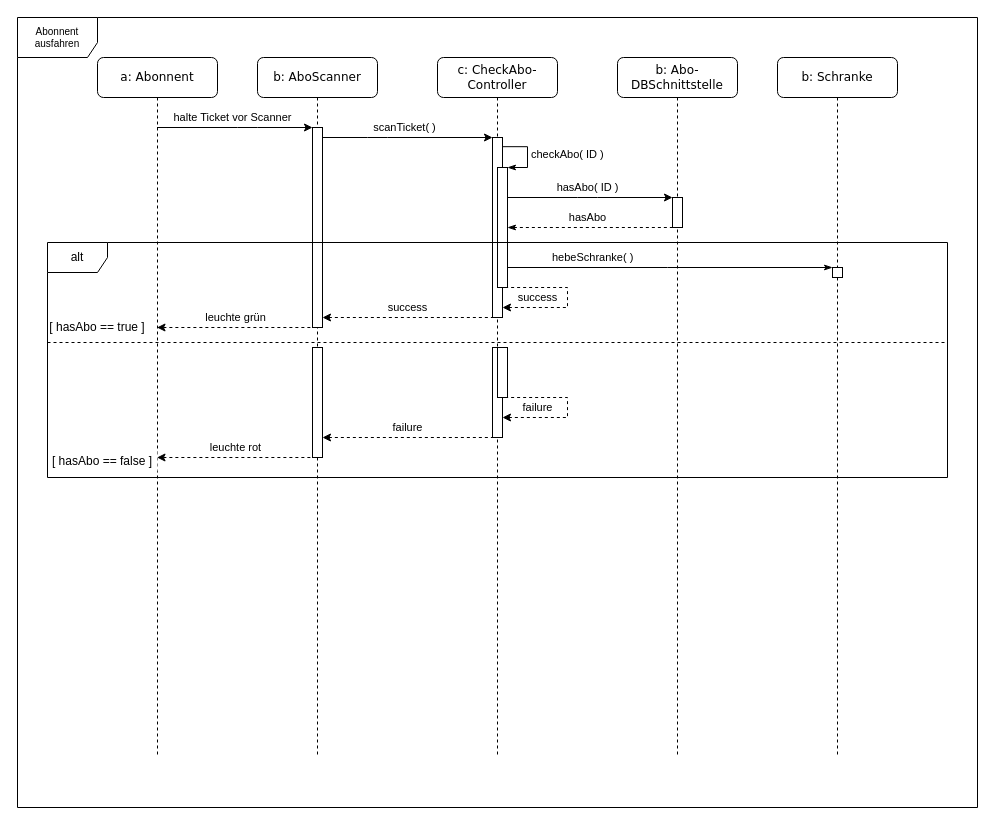
The draw.io diagram f(u)ml/Sequence_Diagrams/LaHMa-Abonnent_ausfahren-sequence_diagram.drawio in Filsball/LaHMa_Carpark, before the edit. Source tidied: cells renumbered, new cells numbered last; positions are measured from the earlier drawing's top-left corner, leaving out a move shared by most shapes. Both pictures are drawn from the tidied source at 100%, with x=0, y=0 at pixel (17, 17).
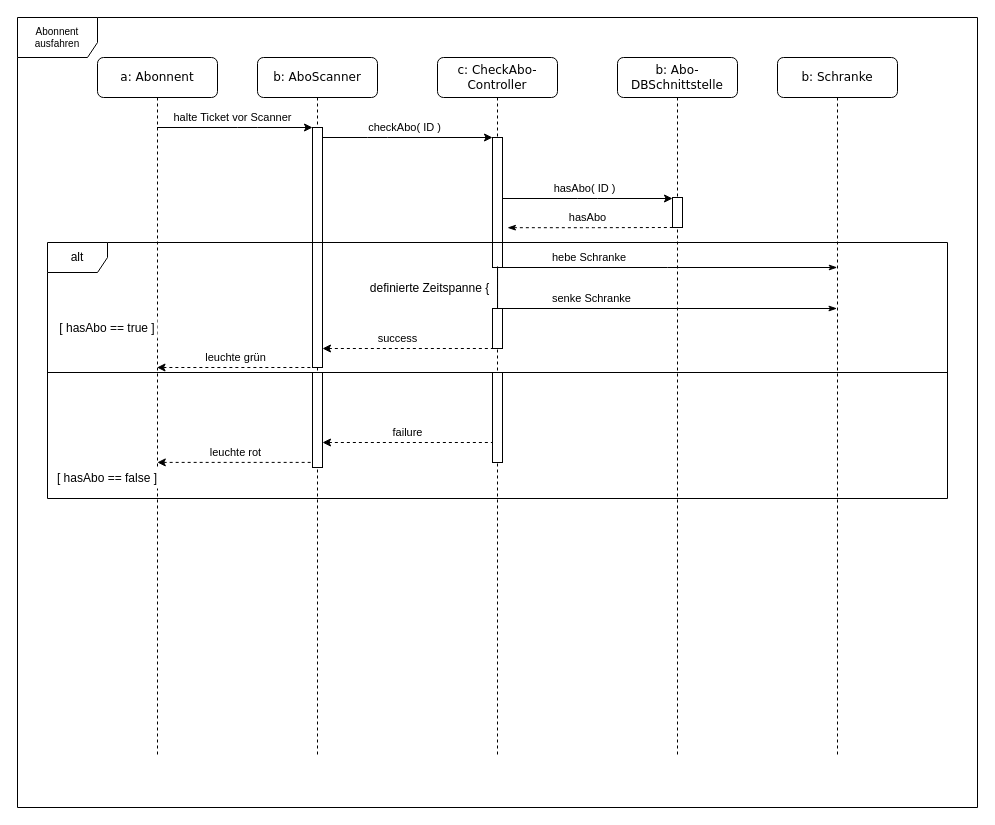
The same page after the edit.

Unchanged cells that the change refers to:
```xml
<mxCell id="4" style="html=1;points=[];perimeter=orthogonalPerimeter;rounded=1;shadow=0;glass=0;comic=0;strokeColor=#000000;strokeWidth=1;arcSize=0;" parent="3" vertex="1">
  <mxGeometry x="55" y="140" width="10" height="30" as="geometry" />
</mxCell>
<mxCell id="5" value="b: AboScanner" style="shape=umlLifeline;perimeter=lifelinePerimeter;whiteSpace=wrap;html=1;rounded=1;shadow=0;comic=0;labelBackgroundColor=none;strokeColor=#000000;strokeWidth=1;fillColor=#FFFFFF;fontFamily=Verdana;fontSize=12;fontColor=#000000;align=center;size=40;" parent="1" vertex="1">
  <mxGeometry x="240" y="40" width="120" height="700" as="geometry" />
</mxCell>
<mxCell id="8" value="c: CheckAbo-Controller&lt;br&gt;" style="shape=umlLifeline;perimeter=lifelinePerimeter;whiteSpace=wrap;html=1;rounded=1;shadow=0;comic=0;labelBackgroundColor=none;strokeColor=#000000;strokeWidth=1;fillColor=#FFFFFF;fontFamily=Verdana;fontSize=12;fontColor=#000000;align=center;size=40;" parent="1" vertex="1">
  <mxGeometry x="420" y="40" width="120" height="700" as="geometry" />
</mxCell>
<mxCell id="14" value="b: Schranke&lt;br&gt;" style="shape=umlLifeline;perimeter=lifelinePerimeter;whiteSpace=wrap;html=1;outlineConnect=0;rounded=1;shadow=0;comic=0;labelBackgroundColor=none;strokeColor=#000000;strokeWidth=1;fillColor=#FFFFFF;fontFamily=Verdana;fontSize=12;fontColor=#000000;align=center;size=40;" parent="1" vertex="1">
  <mxGeometry x="760" y="40" width="120" height="700" as="geometry" />
</mxCell>
<mxCell id="16" value="a: Abonnent" style="shape=umlLifeline;perimeter=lifelinePerimeter;whiteSpace=wrap;html=1;outlineConnect=0;rounded=1;shadow=0;comic=0;labelBackgroundColor=none;strokeColor=#000000;strokeWidth=1;fillColor=#FFFFFF;fontFamily=Verdana;fontSize=12;fontColor=#000000;align=center;size=40;" parent="1" vertex="1">
  <mxGeometry x="80" y="40" width="120" height="700" as="geometry" />
</mxCell>
```

The edit, as a diff of the source:
```diff
@@
-    <mxCell id="2" value="Abonnent ausfahren" style="shape=umlFrame;whiteSpace=wrap;html=1;fontSize=10;width=80;height=40;" parent="1" vertex="1">
+    <mxCell id="2" value="Abonnent ausfahren&lt;br&gt;" style="shape=umlFrame;whiteSpace=wrap;html=1;fontSize=10;width=80;height=40;" parent="1" vertex="1">
       <mxGeometry width="960" height="790" as="geometry" />
     </mxCell>
+    <mxCell id="27" value="failure" style="endArrow=none;html=1;edgeStyle=orthogonalEdgeStyle;startArrow=classic;startFill=1;endFill=0;rounded=0;dashed=1;" parent="1" edge="1" source="7" target="13">
+      <mxGeometry y="10" relative="1" as="geometry">
+        <Array as="points">
+          <mxPoint x="400" y="425" />
+          <mxPoint x="400" y="425" />
+        </Array>
+      </mxGeometry>
+    </mxCell>
-    <mxCell id="3" value="b: Abo-DBSchnittstelle&lt;br&gt;" style="shape=umlLifeline;perimeter=lifelinePerimeter;whiteSpace=wrap;html=1;rounded=1;shadow=0;comic=0;labelBackgroundColor=none;strokeColor=#000000;strokeWidth=1;fillColor=#FFFFFF;fontFamily=Verdana;fontSize=12;fontColor=#000000;align=center;perimeterSpacing=0;glass=0;size=40;overflow=visible;noLabel=0;labelPadding=0;direction=east;fixDash=0;" parent="1" vertex="1">
+    <mxCell id="3" value="b: Abo-DBSchnittstelle" style="shape=umlLifeline;perimeter=lifelinePerimeter;whiteSpace=wrap;html=1;rounded=1;shadow=0;comic=0;labelBackgroundColor=none;strokeColor=#000000;strokeWidth=1;fillColor=#FFFFFF;fontFamily=Verdana;fontSize=12;fontColor=#000000;align=center;perimeterSpacing=0;glass=0;size=40;overflow=visible;noLabel=0;labelPadding=0;direction=east;fixDash=0;" parent="1" vertex="1">
       <mxGeometry x="600" y="40" width="120" height="700" as="geometry" />
     </mxCell>
@@
     <mxCell id="6" style="html=1;points=[];perimeter=orthogonalPerimeter;rounded=1;shadow=0;glass=0;comic=0;strokeColor=#000000;strokeWidth=1;arcSize=0;" parent="5" vertex="1">
-      <mxGeometry x="55" y="70" width="10" height="200" as="geometry" />
+      <mxGeometry x="55" y="70" width="10" height="240" as="geometry" />
     </mxCell>
     <mxCell id="7" style="html=1;points=[];perimeter=orthogonalPerimeter;rounded=1;shadow=0;glass=0;comic=0;strokeColor=#000000;strokeWidth=1;arcSize=0;" parent="5" vertex="1">
-      <mxGeometry x="55" y="290" width="10" height="110" as="geometry" />
+      <mxGeometry x="55" y="315" width="10" height="95" as="geometry" />
     </mxCell>
@@
     <mxCell id="9" style="html=1;points=[];perimeter=orthogonalPerimeter;rounded=1;shadow=0;glass=0;comic=0;strokeColor=#000000;strokeWidth=1;arcSize=0;" parent="8" vertex="1">
-      <mxGeometry x="55" y="80" width="10" height="180" as="geometry" />
+      <mxGeometry x="55" y="80" width="10" height="130" as="geometry" />
     </mxCell>
-    <mxCell id="10" style="html=1;points=[];perimeter=orthogonalPerimeter;rounded=1;shadow=0;glass=0;comic=0;strokeColor=#000000;strokeWidth=1;arcSize=0;" parent="8" vertex="1">
-      <mxGeometry x="60" y="110" width="10" height="120" as="geometry" />
-    </mxCell>
-    <mxCell id="11" value="checkAbo( ID )" style="edgeStyle=orthogonalEdgeStyle;html=1;align=left;spacingLeft=2;endArrow=classicThin;rounded=0;entryX=1;entryY=0;exitX=0.999;exitY=0.051;exitDx=0;exitDy=0;exitPerimeter=0;endFill=1;" parent="8" edge="1" source="9" target="10">
-      <mxGeometry relative="1" as="geometry">
-        <Array as="points">
-          <mxPoint x="90" y="89" />
-          <mxPoint x="90" y="110" />
-        </Array>
-      </mxGeometry>
-    </mxCell>
-    <mxCell id="12" value="success" style="endArrow=none;html=1;edgeStyle=orthogonalEdgeStyle;startArrow=classic;startFill=1;endFill=0;rounded=0;dashed=1;" parent="8" edge="1" source="9" target="10">
-      <mxGeometry x="0.04" y="30" relative="1" as="geometry">
-        <Array as="points">
-          <mxPoint x="130" y="250" />
-          <mxPoint x="130" y="230" />
-        </Array>
-      </mxGeometry>
-    </mxCell>
     <mxCell id="13" style="html=1;points=[];perimeter=orthogonalPerimeter;rounded=1;shadow=0;glass=0;comic=0;strokeColor=#000000;strokeWidth=1;arcSize=0;" parent="8" vertex="1">
-      <mxGeometry x="55" y="290" width="10" height="90" as="geometry" />
+      <mxGeometry x="55" y="315" width="10" height="90" as="geometry" />
     </mxCell>
@@
-    <mxCell id="15" style="html=1;points=[];perimeter=orthogonalPerimeter;rounded=1;shadow=0;glass=0;comic=0;strokeColor=#000000;strokeWidth=1;arcSize=0;" parent="14" vertex="1">
-      <mxGeometry x="55" y="210" width="10" height="10" as="geometry" />
-    </mxCell>
@@
-    <mxCell id="18" value="scanTicket( )" style="endArrow=classic;html=1;edgeStyle=orthogonalEdgeStyle;" parent="1" edge="1" source="6" target="9">
+    <mxCell id="18" value="checkAbo( ID )" style="endArrow=classic;html=1;edgeStyle=orthogonalEdgeStyle;" parent="1" edge="1" source="6" target="9">
       <mxGeometry x="-0.03" y="10" relative="1" as="geometry">
         <Array as="points">
           <mxPoint x="360" y="120" />
           <mxPoint x="360" y="120" />
         </Array>
       </mxGeometry>
     </mxCell>
-    <mxCell id="19" value="hasAbo( ID )" style="endArrow=classic;html=1;edgeStyle=orthogonalEdgeStyle;" parent="1" edge="1" source="10" target="4">
+    <mxCell id="19" value="hasAbo( ID )" style="endArrow=classic;html=1;edgeStyle=orthogonalEdgeStyle;" parent="1" edge="1" source="9" target="4">
       <mxGeometry x="-0.03" y="10" relative="1" as="geometry">
         <Array as="points">
-          <mxPoint x="570" y="180" />
-          <mxPoint x="570" y="180" />
+          <mxPoint x="570" y="181" />
+          <mxPoint x="570" y="181" />
         </Array>
       </mxGeometry>
     </mxCell>
-    <mxCell id="20" value="hasAbo&lt;br&gt;" style="endArrow=none;html=1;edgeStyle=orthogonalEdgeStyle;startArrow=classicThin;startFill=1;dashed=1;endFill=0;" parent="1" edge="1" source="10" target="4">
+    <mxCell id="20" value="hasAbo&lt;br&gt;" style="endArrow=none;html=1;edgeStyle=orthogonalEdgeStyle;startArrow=classicThin;startFill=1;dashed=1;endFill=0;" parent="1" edge="1" target="4">
       <mxGeometry x="-0.03" y="10" relative="1" as="geometry">
+        <mxPoint x="490" y="210.2" as="sourcePoint" />
         <Array as="points">
           <mxPoint x="570" y="210" />
           <mxPoint x="570" y="210" />
         </Array>
       </mxGeometry>
     </mxCell>
-    <mxCell id="21" style="line;strokeWidth=1;fillColor=none;align=left;verticalAlign=middle;spacingTop=-1;spacingLeft=3;spacingRight=3;labelPosition=right;rounded=1;shadow=0;glass=0;comic=0;dashed=1;" parent="1" vertex="1">
-      <mxGeometry x="30" y="320" width="900" height="10" as="geometry" />
+    <mxCell id="21" style="line;strokeWidth=1;fillColor=none;align=left;verticalAlign=middle;spacingTop=-1;spacingLeft=3;spacingRight=3;labelPosition=right;rounded=1;shadow=0;glass=0;comic=0;" parent="1" vertex="1">
+      <mxGeometry x="30" y="350" width="900" height="10" as="geometry" />
     </mxCell>
-    <mxCell id="22" value="hebeSchranke( )" style="edgeStyle=orthogonalEdgeStyle;html=1;align=left;spacingLeft=2;endArrow=classicThin;rounded=0;endFill=1;" parent="1" edge="1" source="10" target="15">
+    <mxCell id="22" value="hebe Schranke" style="edgeStyle=orthogonalEdgeStyle;html=1;align=left;spacingLeft=2;endArrow=classicThin;rounded=0;endFill=1;" parent="1" edge="1">
       <mxGeometry x="-0.01" y="121" relative="1" as="geometry">
+        <mxPoint x="485.2" y="250" as="sourcePoint" />
+        <mxPoint x="819.7" y="250" as="targetPoint" />
         <Array as="points">
           <mxPoint x="650" y="250" />
           <mxPoint x="650" y="250" />
         </Array>
         <mxPoint x="-120" y="111" as="offset" />
       </mxGeometry>
     </mxCell>
     <mxCell id="23" value="success" style="endArrow=none;html=1;edgeStyle=orthogonalEdgeStyle;startArrow=classic;startFill=1;endFill=0;rounded=0;dashed=1;" parent="1" edge="1" source="6" target="9">
-      <mxGeometry y="10" relative="1" as="geometry">
+      <mxGeometry x="-0.26" y="23" relative="1" as="geometry">
         <Array as="points">
-          <mxPoint x="390" y="300" />
-          <mxPoint x="390" y="300" />
+          <mxPoint x="400" y="331" />
+          <mxPoint x="400" y="331" />
         </Array>
+        <mxPoint x="-20" y="13" as="offset" />
       </mxGeometry>
     </mxCell>
@@
-    <mxCell id="25" style="html=1;points=[];perimeter=orthogonalPerimeter;rounded=1;shadow=0;glass=0;comic=0;strokeColor=#000000;strokeWidth=1;arcSize=0;backgroundOutline=0;fixDash=0;snapToPoint=0;flipH=1;flipV=0;imageAspect=1;absoluteArcSize=0;fillOpacity=100;direction=east;" parent="1" vertex="1">
-      <mxGeometry x="480" y="330" width="10" height="50" as="geometry" />
-    </mxCell>
-    <mxCell id="26" value="failure&lt;br&gt;" style="endArrow=none;html=1;edgeStyle=orthogonalEdgeStyle;startArrow=classic;startFill=1;endFill=0;rounded=0;dashed=1;" parent="1" edge="1" source="13" target="25">
-      <mxGeometry x="0.04" y="30" relative="1" as="geometry">
-        <Array as="points">
-          <mxPoint x="550" y="400" />
-          <mxPoint x="550" y="380" />
-        </Array>
-      </mxGeometry>
-    </mxCell>
-    <mxCell id="27" value="failure" style="endArrow=none;html=1;edgeStyle=orthogonalEdgeStyle;startArrow=classic;startFill=1;endFill=0;rounded=0;dashed=1;" parent="1" edge="1" source="7" target="13">
-      <mxGeometry y="10" relative="1" as="geometry">
-        <Array as="points">
-          <mxPoint x="400" y="420" />
-          <mxPoint x="400" y="420" />
-        </Array>
-      </mxGeometry>
-    </mxCell>
-    <mxCell id="28" value="leuchte rot" style="endArrow=none;html=1;edgeStyle=orthogonalEdgeStyle;startArrow=classic;startFill=1;endFill=0;rounded=0;dashed=1;" parent="1" edge="1" source="16" target="7">
+    <mxCell id="28" value="leuchte rot" style="endArrow=none;html=1;edgeStyle=orthogonalEdgeStyle;startArrow=classic;startFill=1;endFill=0;rounded=0;dashed=1;" parent="1" edge="1" target="7">
       <mxGeometry y="10" relative="1" as="geometry">
+        <mxPoint x="139.8" y="444.9" as="sourcePoint" />
         <Array as="points">
-          <mxPoint x="210" y="440" />
-          <mxPoint x="210" y="440" />
+          <mxPoint x="210" y="445" />
+          <mxPoint x="210" y="445" />
         </Array>
       </mxGeometry>
     </mxCell>
     <mxCell id="29" value="[ hasAbo == true ]" style="text;html=1;strokeColor=none;fillColor=#ffffff;align=center;verticalAlign=middle;whiteSpace=wrap;rounded=0;shadow=0;glass=0;dashed=1;comic=0;" parent="1" vertex="1">
-      <mxGeometry x="30" y="300" width="100" height="20" as="geometry" />
+      <mxGeometry x="40" y="301" width="100" height="20" as="geometry" />
     </mxCell>
     <mxCell id="30" value="[ hasAbo == false ]" style="text;html=1;strokeColor=none;fillColor=#ffffff;align=center;verticalAlign=middle;whiteSpace=wrap;rounded=0;shadow=0;glass=0;dashed=1;comic=0;" parent="1" vertex="1">
-      <mxGeometry x="30" y="434" width="110" height="20" as="geometry" />
+      <mxGeometry x="35" y="451" width="110" height="20" as="geometry" />
     </mxCell>
+    <mxCell id="32" value="&lt;div style=&quot;text-align: left&quot;&gt;&lt;font style=&quot;font-size: 12px&quot;&gt;definierte Zeitspanne {&lt;/font&gt;&lt;/div&gt;" style="text;html=1;strokeColor=none;fillColor=none;align=center;verticalAlign=middle;whiteSpace=wrap;rounded=0;" parent="1" vertex="1">
+      <mxGeometry x="350" y="251" width="125" height="40" as="geometry" />
+    </mxCell>
+    <mxCell id="33" value="senke Schranke" style="edgeStyle=orthogonalEdgeStyle;html=1;align=left;spacingLeft=2;endArrow=classicThin;rounded=0;endFill=1;" parent="1" edge="1" source="34" target="14">
+      <mxGeometry x="-0.01" y="121" relative="1" as="geometry">
+        <Array as="points">
+          <mxPoint x="660" y="291" />
+          <mxPoint x="660" y="291" />
+        </Array>
+        <mxPoint x="-120" y="111" as="offset" />
+      </mxGeometry>
+    </mxCell>
+    <mxCell id="34" style="html=1;points=[];perimeter=orthogonalPerimeter;rounded=1;shadow=0;glass=0;comic=0;strokeColor=#000000;strokeWidth=1;arcSize=0;" parent="1" vertex="1">
+      <mxGeometry x="475" y="291" width="10" height="40" as="geometry" />
+    </mxCell>
+    <mxCell id="35" style="endArrow=none;html=1;entryX=0.505;entryY=0.992;entryDx=0;entryDy=0;entryPerimeter=0;" parent="1" edge="1" source="34" target="9">
+      <mxGeometry relative="1" as="geometry" />
+    </mxCell>
     <mxCell id="31" value="alt&lt;br&gt;" style="shape=umlFrame;whiteSpace=wrap;html=1;rounded=1;shadow=0;glass=0;comic=0;strokeColor=#000000;strokeWidth=1;" parent="1" vertex="1">
-      <mxGeometry x="30" y="225" width="900" height="235" as="geometry" />
+      <mxGeometry x="30" y="225" width="900" height="256" as="geometry" />
     </mxCell>
```
